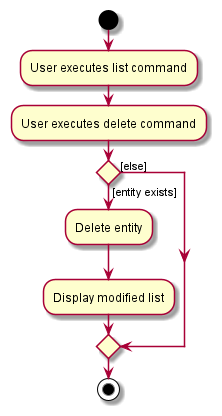
Before: docs/images/DeleteActivityDiagram.png, a diagram exported from PlantUML (nus-cs2103-AY2122S2/tp).
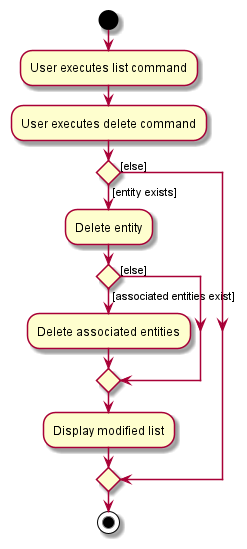
Later version of the same file.

Change to the diagram source:
```diff
@@ -6,6 +6,10 @@
 
 if () then ([entity exists])
     :Delete entity;
+    if () then ([associated entities exist])
+        :Delete associated entities;
+    else ([else])
+    endif
     :Display modified list;
 else ([else])
 endif
```
